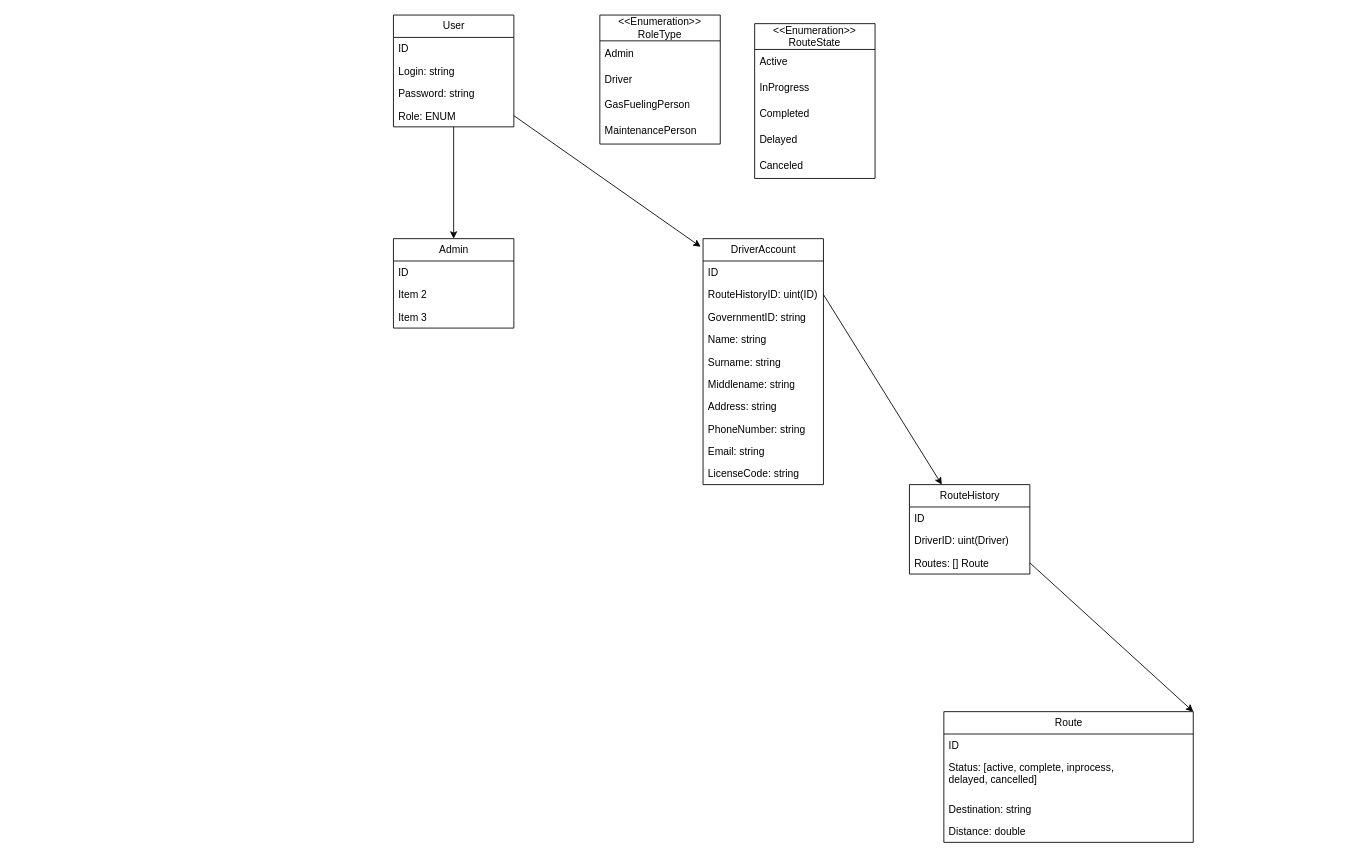
RamboXD/Vehicle-Management-System keeps this draw.io diagram as HelloWorldTeam.drawio. Above is the earlier version. Source tidied: cells renumbered, new cells numbered last; positions are measured from the earlier drawing's top-left corner, leaving out a move shared by most shapes. Both pictures are drawn from the tidied source at 86%, with x=0, y=0 at pixel (393, 15).
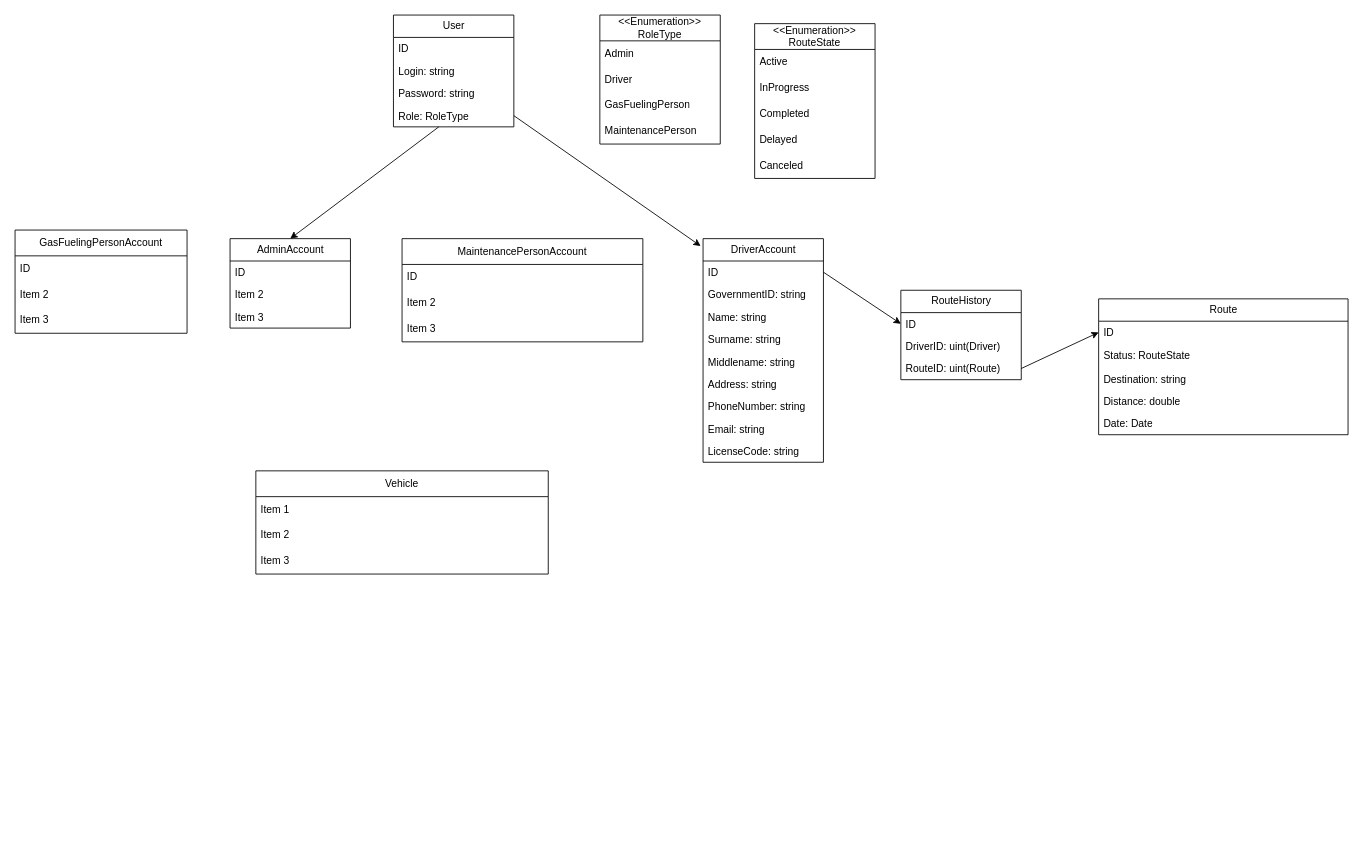
After the change.

Commit message:
Update RouteHistory design and add new tables

The change refers to these unchanged cells:
```xml
<mxCell id="3" value="ID" style="text;strokeColor=none;fillColor=none;align=left;verticalAlign=top;spacingLeft=4;spacingRight=4;overflow=hidden;points=[[0,0.5],[1,0.5]];portConstraint=eastwest;whiteSpace=wrap;html=1;" parent="2" vertex="1">
  <mxGeometry y="26" width="290" height="26" as="geometry" />
</mxCell>
<mxCell id="8" value="ID" style="text;strokeColor=none;fillColor=none;align=left;verticalAlign=top;spacingLeft=4;spacingRight=4;overflow=hidden;points=[[0,0.5],[1,0.5]];portConstraint=eastwest;whiteSpace=wrap;html=1;" parent="7" vertex="1">
  <mxGeometry y="26" width="140" height="26" as="geometry" />
</mxCell>
<mxCell id="13" value="ID" style="text;strokeColor=none;fillColor=none;align=left;verticalAlign=top;spacingLeft=4;spacingRight=4;overflow=hidden;points=[[0,0.5],[1,0.5]];portConstraint=eastwest;whiteSpace=wrap;html=1;" parent="12" vertex="1">
  <mxGeometry y="26" width="140" height="26" as="geometry" />
</mxCell>
<mxCell id="24" value="User" style="swimlane;fontStyle=0;horizontal=1;startSize=26;fillColor=none;html=1;" parent="1" vertex="1">
  <mxGeometry width="140" height="130" as="geometry" />
</mxCell>
```

What changed in the source:
```diff
@@
     <mxCell id="2" value="Route" style="swimlane;fontStyle=0;horizontal=1;startSize=26;fillColor=none;html=1;" parent="1" vertex="1">
-      <mxGeometry x="640" y="810" width="290" height="152" as="geometry" />
+      <mxGeometry x="820" y="330" width="290" height="158" as="geometry" />
     </mxCell>
@@
-    <mxCell id="4" value="Status: [active, complete, inprocess, &lt;br&gt;delayed, cancelled]" style="text;strokeColor=none;fillColor=none;align=left;verticalAlign=top;spacingLeft=4;spacingRight=4;overflow=hidden;whiteSpace=wrap;html=1;" parent="2" vertex="1">
-      <mxGeometry y="52" width="290" height="48" as="geometry" />
+    <mxCell id="4" value="Status: RouteState" style="text;strokeColor=none;fillColor=none;align=left;verticalAlign=top;spacingLeft=4;spacingRight=4;overflow=hidden;whiteSpace=wrap;html=1;" parent="2" vertex="1">
+      <mxGeometry y="52" width="290" height="28" as="geometry" />
     </mxCell>
     <mxCell id="5" value="Destination: string" style="text;strokeColor=none;fillColor=none;align=left;verticalAlign=top;spacingLeft=4;spacingRight=4;overflow=hidden;whiteSpace=wrap;html=1;" parent="2" vertex="1">
-      <mxGeometry y="100" width="290" height="26" as="geometry" />
+      <mxGeometry y="80" width="290" height="26" as="geometry" />
     </mxCell>
     <mxCell id="6" value="Distance: double" style="text;strokeColor=none;fillColor=none;align=left;verticalAlign=top;spacingLeft=4;spacingRight=4;overflow=hidden;whiteSpace=wrap;html=1;" parent="2" vertex="1">
-      <mxGeometry y="126" width="290" height="26" as="geometry" />
+      <mxGeometry y="106" width="290" height="26" as="geometry" />
     </mxCell>
+    <mxCell id="46" value="Date: Date" style="text;strokeColor=none;fillColor=none;align=left;verticalAlign=top;spacingLeft=4;spacingRight=4;overflow=hidden;whiteSpace=wrap;html=1;" parent="2" vertex="1">
+      <mxGeometry y="132" width="290" height="26" as="geometry" />
+    </mxCell>
     <mxCell id="7" value="RouteHistory" style="swimlane;fontStyle=0;horizontal=1;startSize=26;fillColor=none;html=1;" parent="1" vertex="1">
-      <mxGeometry x="600" y="546" width="140" height="104" as="geometry" />
+      <mxGeometry x="590" y="320" width="140" height="104" as="geometry" />
     </mxCell>
@@
-    <mxCell id="10" value="Routes: [] Route" style="text;strokeColor=none;fillColor=none;align=left;verticalAlign=top;spacingLeft=4;spacingRight=4;overflow=hidden;points=[[0,0.5],[1,0.5]];portConstraint=eastwest;whiteSpace=wrap;html=1;" parent="7" vertex="1">
+    <mxCell id="10" value="RouteID: uint(Route)" style="text;strokeColor=none;fillColor=none;align=left;verticalAlign=top;spacingLeft=4;spacingRight=4;overflow=hidden;points=[[0,0.5],[1,0.5]];portConstraint=eastwest;whiteSpace=wrap;html=1;" parent="7" vertex="1">
       <mxGeometry y="78" width="140" height="26" as="geometry" />
     </mxCell>
-    <mxCell id="11" style="edgeStyle=none;html=1;entryX=1;entryY=0;entryDx=0;entryDy=0;exitX=1;exitY=0.5;exitDx=0;exitDy=0;" parent="1" edge="1" source="10" target="2">
-      <mxGeometry relative="1" as="geometry" />
-    </mxCell>
     <mxCell id="12" value="DriverAccount" style="swimlane;fontStyle=0;horizontal=1;startSize=26;fillColor=none;html=1;" parent="1" vertex="1">
-      <mxGeometry x="360" y="260" width="140" height="286" as="geometry" />
+      <mxGeometry x="360" y="260" width="140" height="260" as="geometry" />
     </mxCell>
@@
-    <mxCell id="14" value="RouteHistoryID: uint(ID)" style="text;strokeColor=none;fillColor=none;align=left;verticalAlign=top;spacingLeft=4;spacingRight=4;overflow=hidden;points=[[0,0.5],[1,0.5]];portConstraint=eastwest;whiteSpace=wrap;html=1;" parent="12" vertex="1">
-      <mxGeometry y="52" width="140" height="26" as="geometry" />
-    </mxCell>
     <mxCell id="15" value="GovernmentID: string" style="text;strokeColor=none;fillColor=none;align=left;verticalAlign=top;spacingLeft=4;spacingRight=4;overflow=hidden;whiteSpace=wrap;html=1;" parent="12" vertex="1">
-      <mxGeometry y="78" width="140" height="26" as="geometry" />
+      <mxGeometry y="52" width="140" height="26" as="geometry" />
     </mxCell>
     <mxCell id="16" value="Name: string" style="text;strokeColor=none;fillColor=none;align=left;verticalAlign=top;spacingLeft=4;spacingRight=4;overflow=hidden;whiteSpace=wrap;html=1;" parent="12" vertex="1">
-      <mxGeometry y="104" width="140" height="26" as="geometry" />
+      <mxGeometry y="78" width="140" height="26" as="geometry" />
     </mxCell>
     <mxCell id="17" value="Surname: string" style="text;strokeColor=none;fillColor=none;align=left;verticalAlign=top;spacingLeft=4;spacingRight=4;overflow=hidden;whiteSpace=wrap;html=1;" parent="12" vertex="1">
-      <mxGeometry y="130" width="140" height="26" as="geometry" />
+      <mxGeometry y="104" width="140" height="26" as="geometry" />
     </mxCell>
     <mxCell id="18" value="Middlename: string" style="text;strokeColor=none;fillColor=none;align=left;verticalAlign=top;spacingLeft=4;spacingRight=4;overflow=hidden;whiteSpace=wrap;html=1;" parent="12" vertex="1">
-      <mxGeometry y="156" width="140" height="26" as="geometry" />
+      <mxGeometry y="130" width="140" height="26" as="geometry" />
     </mxCell>
     <mxCell id="19" value="Address: string" style="text;strokeColor=none;fillColor=none;align=left;verticalAlign=top;spacingLeft=4;spacingRight=4;overflow=hidden;whiteSpace=wrap;html=1;" parent="12" vertex="1">
-      <mxGeometry y="182" width="140" height="26" as="geometry" />
+      <mxGeometry y="156" width="140" height="26" as="geometry" />
     </mxCell>
     <mxCell id="20" value="PhoneNumber: string" style="text;strokeColor=none;fillColor=none;align=left;verticalAlign=top;spacingLeft=4;spacingRight=4;overflow=hidden;whiteSpace=wrap;html=1;" parent="12" vertex="1">
-      <mxGeometry y="208" width="140" height="26" as="geometry" />
+      <mxGeometry y="182" width="140" height="26" as="geometry" />
     </mxCell>
     <mxCell id="21" value="Email: string" style="text;strokeColor=none;fillColor=none;align=left;verticalAlign=top;spacingLeft=4;spacingRight=4;overflow=hidden;whiteSpace=wrap;html=1;" parent="12" vertex="1">
-      <mxGeometry y="234" width="140" height="26" as="geometry" />
+      <mxGeometry y="208" width="140" height="26" as="geometry" />
     </mxCell>
     <mxCell id="22" value="LicenseCode: string" style="text;strokeColor=none;fillColor=none;align=left;verticalAlign=top;spacingLeft=4;spacingRight=4;overflow=hidden;whiteSpace=wrap;html=1;" parent="12" vertex="1">
-      <mxGeometry y="260" width="140" height="26" as="geometry" />
+      <mxGeometry y="234" width="140" height="26" as="geometry" />
     </mxCell>
-    <mxCell id="23" style="edgeStyle=none;html=1;exitX=1;exitY=0.5;exitDx=0;exitDy=0;" parent="1" edge="1" source="14" target="7">
-      <mxGeometry relative="1" as="geometry" />
-    </mxCell>
@@
-    <mxCell id="28" value="Role: ENUM" style="text;strokeColor=none;fillColor=none;align=left;verticalAlign=top;spacingLeft=4;spacingRight=4;overflow=hidden;points=[[0,0.5],[1,0.5]];portConstraint=eastwest;whiteSpace=wrap;html=1;" parent="24" vertex="1">
+    <mxCell id="28" value="Role: RoleType" style="text;strokeColor=none;fillColor=none;align=left;verticalAlign=top;spacingLeft=4;spacingRight=4;overflow=hidden;points=[[0,0.5],[1,0.5]];portConstraint=eastwest;whiteSpace=wrap;html=1;" parent="24" vertex="1">
       <mxGeometry y="104" width="140" height="26" as="geometry" />
     </mxCell>
@@
-    <mxCell id="30" value="Admin&lt;br&gt;" style="swimlane;fontStyle=0;horizontal=1;startSize=26;fillColor=none;html=1;" parent="1" vertex="1">
-      <mxGeometry y="260" width="140" height="104" as="geometry" />
+    <mxCell id="30" value="AdminAccount" style="swimlane;fontStyle=0;horizontal=1;startSize=26;fillColor=none;html=1;" parent="1" vertex="1">
+      <mxGeometry x="-190" y="260" width="140" height="104" as="geometry" />
     </mxCell>
@@
+    <mxCell id="47" value="GasFuelingPersonAccount" style="swimlane;fontStyle=0;horizontal=1;startSize=30;whiteSpace=wrap;html=1;" parent="1" vertex="1">
+      <mxGeometry x="-440" y="250" width="200" height="120" as="geometry" />
+    </mxCell>
+    <mxCell id="48" value="ID" style="text;strokeColor=none;fillColor=none;align=left;verticalAlign=middle;spacingLeft=4;spacingRight=4;overflow=hidden;whiteSpace=wrap;html=1;" parent="47" vertex="1">
+      <mxGeometry y="30" width="200" height="30" as="geometry" />
+    </mxCell>
+    <mxCell id="49" value="Item 2" style="text;strokeColor=none;fillColor=none;align=left;verticalAlign=middle;spacingLeft=4;spacingRight=4;overflow=hidden;whiteSpace=wrap;html=1;" parent="47" vertex="1">
+      <mxGeometry y="60" width="200" height="30" as="geometry" />
+    </mxCell>
+    <mxCell id="50" value="Item 3" style="text;strokeColor=none;fillColor=none;align=left;verticalAlign=middle;spacingLeft=4;spacingRight=4;overflow=hidden;whiteSpace=wrap;html=1;" parent="47" vertex="1">
+      <mxGeometry y="90" width="200" height="30" as="geometry" />
+    </mxCell>
+    <mxCell id="51" value="MaintenancePersonAccount" style="swimlane;fontStyle=0;horizontal=1;startSize=30;whiteSpace=wrap;html=1;" parent="1" vertex="1">
+      <mxGeometry x="10" y="260" width="280" height="120" as="geometry" />
+    </mxCell>
+    <mxCell id="52" value="ID" style="text;strokeColor=none;fillColor=none;align=left;verticalAlign=middle;spacingLeft=4;spacingRight=4;overflow=hidden;whiteSpace=wrap;html=1;" parent="51" vertex="1">
+      <mxGeometry y="30" width="280" height="30" as="geometry" />
+    </mxCell>
+    <mxCell id="53" value="Item 2" style="text;strokeColor=none;fillColor=none;align=left;verticalAlign=middle;spacingLeft=4;spacingRight=4;overflow=hidden;whiteSpace=wrap;html=1;" parent="51" vertex="1">
+      <mxGeometry y="60" width="280" height="30" as="geometry" />
+    </mxCell>
+    <mxCell id="54" value="Item 3" style="text;strokeColor=none;fillColor=none;align=left;verticalAlign=middle;spacingLeft=4;spacingRight=4;overflow=hidden;whiteSpace=wrap;html=1;" parent="51" vertex="1">
+      <mxGeometry y="90" width="280" height="30" as="geometry" />
+    </mxCell>
+    <mxCell id="55" style="edgeStyle=none;html=1;exitX=1;exitY=0.5;exitDx=0;exitDy=0;entryX=0;entryY=0.5;entryDx=0;entryDy=0;" parent="1" edge="1" source="10" target="3">
+      <mxGeometry relative="1" as="geometry" />
+    </mxCell>
+    <mxCell id="56" style="edgeStyle=none;html=1;exitX=1;exitY=0.5;exitDx=0;exitDy=0;entryX=0;entryY=0.5;entryDx=0;entryDy=0;" parent="1" edge="1" source="13" target="8">
+      <mxGeometry relative="1" as="geometry" />
+    </mxCell>
+    <mxCell id="57" value="Vehicle" style="swimlane;fontStyle=0;horizontal=1;startSize=30;whiteSpace=wrap;html=1;" parent="1" vertex="1">
+      <mxGeometry x="-160" y="530" width="340" height="120" as="geometry" />
+    </mxCell>
+    <mxCell id="58" value="Item 1" style="text;strokeColor=none;fillColor=none;align=left;verticalAlign=middle;spacingLeft=4;spacingRight=4;overflow=hidden;whiteSpace=wrap;html=1;" parent="57" vertex="1">
+      <mxGeometry y="30" width="340" height="30" as="geometry" />
+    </mxCell>
+    <mxCell id="59" value="Item 2" style="text;strokeColor=none;fillColor=none;align=left;verticalAlign=middle;spacingLeft=4;spacingRight=4;overflow=hidden;whiteSpace=wrap;html=1;" parent="57" vertex="1">
+      <mxGeometry y="60" width="340" height="30" as="geometry" />
+    </mxCell>
+    <mxCell id="60" value="Item 3" style="text;strokeColor=none;fillColor=none;align=left;verticalAlign=middle;spacingLeft=4;spacingRight=4;overflow=hidden;whiteSpace=wrap;html=1;" parent="57" vertex="1">
+      <mxGeometry y="90" width="340" height="30" as="geometry" />
+    </mxCell>
```
